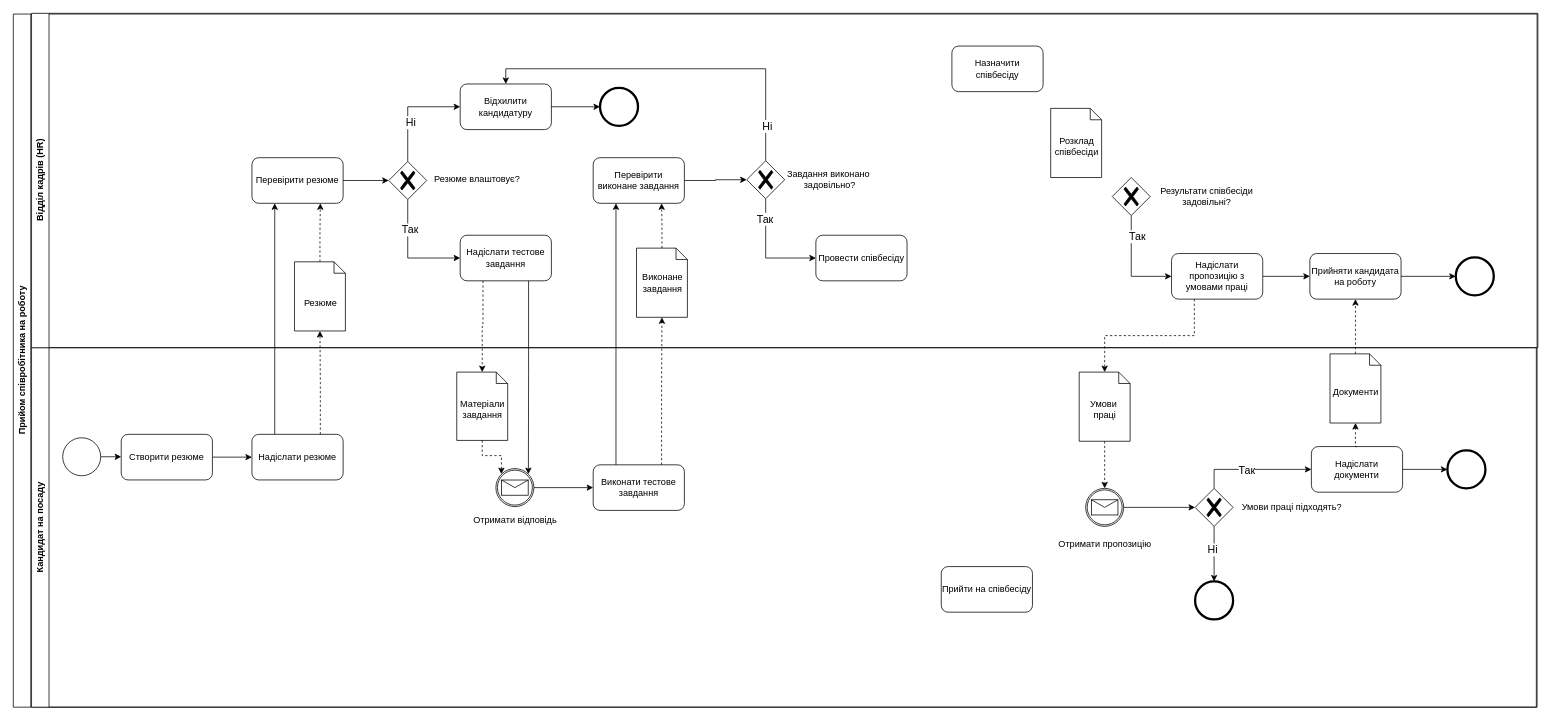
gR4tiG0/QAQC keeps this draw.io diagram as lab1/lab1_t6*.drawio. Above is the earlier version. Source tidied: cells renumbered, new cells numbered last; positions are measured from the earlier drawing's top-left corner, leaving out a move shared by most shapes. Both pictures are drawn from the tidied source at 76%, with x=0, y=0 at pixel (13, 13).
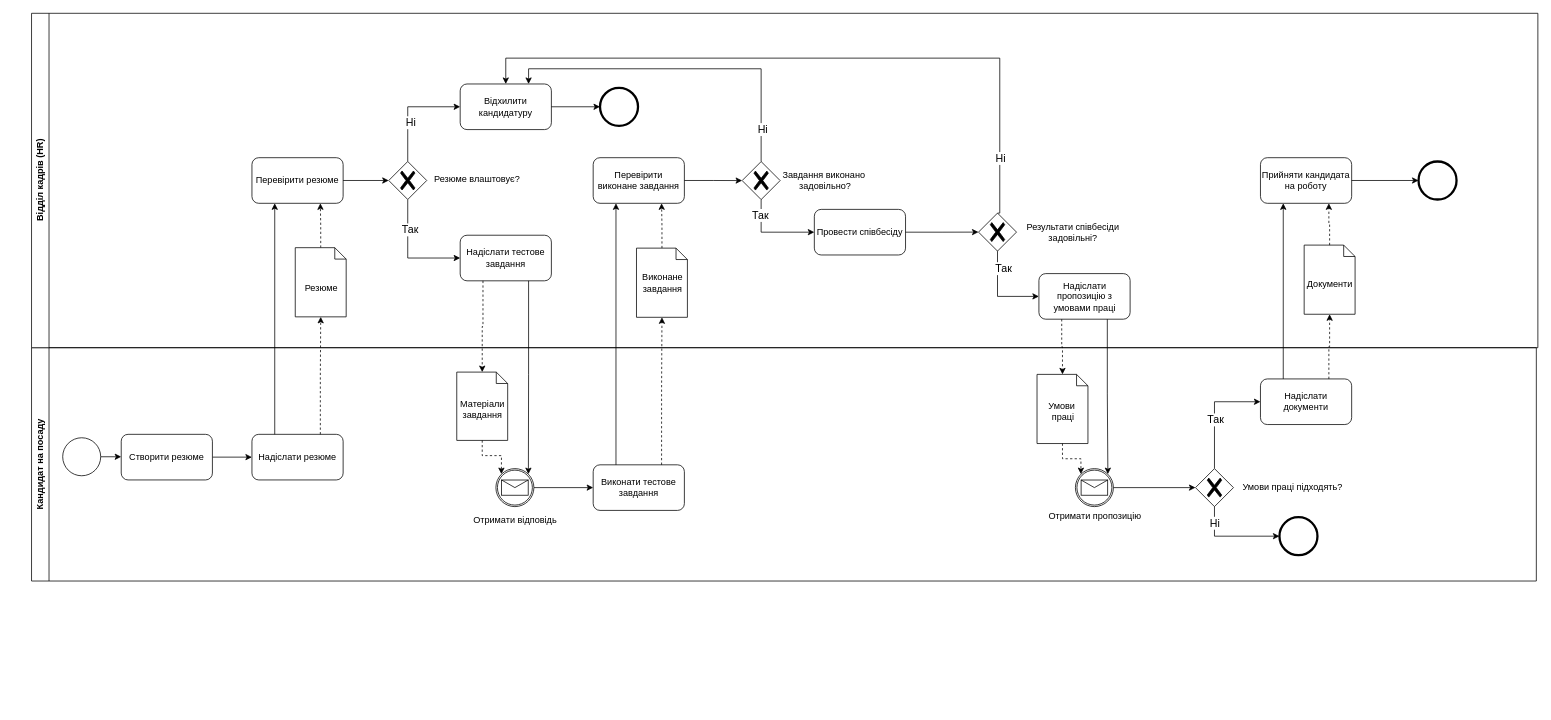
The same page after the edit.

Unchanged cells that the change refers to:
```xml
<mxCell id="13" style="points=[[0.145,0.145,0],[0.5,0,0],[0.855,0.145,0],[1,0.5,0],[0.855,0.855,0],[0.5,1,0],[0.145,0.855,0],[0,0.5,0]];shape=mxgraph.bpmn.event;html=1;verticalLabelPosition=bottom;labelBackgroundColor=#ffffff;verticalAlign=top;align=center;perimeter=ellipsePerimeter;outlineConnect=0;outline=catching;symbol=message;" parent="3" vertex="1">
  <mxGeometry x="611" y="159.1" width="50" height="50" as="geometry" />
</mxCell>
<mxCell id="25" style="shape=mxgraph.bpmn.data;labelPosition=center;verticalLabelPosition=bottom;align=center;verticalAlign=top;size=15;html=1;" parent="3" vertex="1">
  <mxGeometry x="559.5" y="32.1" width="67" height="89.9" as="geometry" />
</mxCell>
<mxCell id="36" value="Відділ кадрів (HR)" style="swimlane;horizontal=0;whiteSpace=wrap;html=1;" parent="1" vertex="1">
  <mxGeometry x="24" width="1982" height="440" as="geometry" />
</mxCell>
<mxCell id="43" value="Відхилити кандидатуру" style="rounded=1;whiteSpace=wrap;html=1;" parent="36" vertex="1">
  <mxGeometry x="564" y="93" width="120" height="60" as="geometry" />
</mxCell>
```

What changed in the source:
```diff
@@
-    <mxCell id="2" value="Прийом співробітника на роботу" style="swimlane;horizontal=0;whiteSpace=wrap;html=1;" parent="1" vertex="1">
-      <mxGeometry y="1" width="2005" height="912" as="geometry" />
-    </mxCell>
     <mxCell id="3" value="Кандидат на посаду" style="swimlane;horizontal=0;whiteSpace=wrap;html=1;" parent="1" vertex="1">
-      <mxGeometry x="24" y="440" width="1980" height="473" as="geometry" />
+      <mxGeometry x="24" y="440" width="1980" height="307" as="geometry" />
     </mxCell>
     <mxCell id="4" style="shape=mxgraph.bpmn.data;labelPosition=center;verticalLabelPosition=bottom;align=center;verticalAlign=top;size=15;html=1;" parent="3" vertex="1">
-      <mxGeometry x="1378.5" y="32.1" width="67" height="91" as="geometry" />
+      <mxGeometry x="1323" y="35.1" width="67" height="91" as="geometry" />
     </mxCell>
@@
-    <mxCell id="10" value="Прийти на співбесіду" style="rounded=1;whiteSpace=wrap;html=1;" parent="3" vertex="1">
-      <mxGeometry x="1197" y="288" width="120" height="60" as="geometry" />
-    </mxCell>
@@
     <mxCell id="14" style="points=[[0.145,0.145,0],[0.5,0,0],[0.855,0.145,0],[1,0.5,0],[0.855,0.855,0],[0.5,1,0],[0.145,0.855,0],[0,0.5,0]];shape=mxgraph.bpmn.event;html=1;verticalLabelPosition=bottom;labelBackgroundColor=#ffffff;verticalAlign=top;align=center;perimeter=ellipsePerimeter;outlineConnect=0;outline=catching;symbol=message;" parent="3" vertex="1">
-      <mxGeometry x="1387" y="185.1" width="50" height="50" as="geometry" />
+      <mxGeometry x="1373.5" y="159.1" width="50" height="50" as="geometry" />
     </mxCell>
@@
     <mxCell id="17" style="points=[[0.25,0.25,0],[0.5,0,0],[0.75,0.25,0],[1,0.5,0],[0.75,0.75,0],[0.5,1,0],[0.25,0.75,0],[0,0.5,0]];shape=mxgraph.bpmn.gateway2;html=1;verticalLabelPosition=bottom;labelBackgroundColor=#ffffff;verticalAlign=top;align=center;perimeter=rhombusPerimeter;outlineConnect=0;outline=none;symbol=none;gwType=exclusive;" parent="3" vertex="1">
-      <mxGeometry x="1531" y="185.1" width="50" height="50" as="geometry" />
+      <mxGeometry x="1531.5" y="159.1" width="50" height="50" as="geometry" />
     </mxCell>
@@
     <mxCell id="19" style="points=[[0.145,0.145,0],[0.5,0,0],[0.855,0.145,0],[1,0.5,0],[0.855,0.855,0],[0.5,1,0],[0.145,0.855,0],[0,0.5,0]];shape=mxgraph.bpmn.event;html=1;verticalLabelPosition=bottom;labelBackgroundColor=#ffffff;verticalAlign=top;align=center;perimeter=ellipsePerimeter;outlineConnect=0;outline=end;symbol=terminate2;" parent="3" vertex="1">
-      <mxGeometry x="1531" y="307.6" width="50" height="50" as="geometry" />
+      <mxGeometry x="1642" y="223" width="50" height="50" as="geometry" />
     </mxCell>
-    <mxCell id="20" style="edgeStyle=orthogonalEdgeStyle;rounded=0;jettySize=auto;html=1;exitX=0.5;exitY=1;exitDx=0;exitDy=0;exitPerimeter=0;entryX=0.5;entryY=0;entryDx=0;entryDy=0;entryPerimeter=0;" parent="3" edge="1" source="17" target="19">
+    <mxCell id="20" style="edgeStyle=orthogonalEdgeStyle;rounded=0;jettySize=auto;html=1;exitX=0.5;exitY=1;exitDx=0;exitDy=0;exitPerimeter=0;entryX=0;entryY=0.5;entryDx=0;entryDy=0;entryPerimeter=0;" parent="3" edge="1" source="17" target="19">
       <mxGeometry relative="1" as="geometry" />
     </mxCell>
     <mxCell id="21" value="&lt;font style=&quot;font-size: 14px;&quot;&gt;Ні&lt;/font&gt;" style="edgeLabel;html=1;align=center;verticalAlign=middle;" parent="20" vertex="1">
-      <mxGeometry x="-0.18" y="-3" relative="1" as="geometry" />
+      <mxGeometry x="-0.18" y="-3" relative="1" as="geometry">
+        <mxPoint x="-12" y="-21" as="offset" />
+      </mxGeometry>
     </mxCell>
     <mxCell id="22" value="Надіслати документи" style="rounded=1;whiteSpace=wrap;html=1;" parent="3" vertex="1">
-      <mxGeometry x="1684" y="130.1" width="120" height="60" as="geometry" />
+      <mxGeometry x="1617" y="41.1" width="120" height="60" as="geometry" />
     </mxCell>
-    <mxCell id="23" style="points=[[0.145,0.145,0],[0.5,0,0],[0.855,0.145,0],[1,0.5,0],[0.855,0.855,0],[0.5,1,0],[0.145,0.855,0],[0,0.5,0]];shape=mxgraph.bpmn.event;html=1;verticalLabelPosition=bottom;labelBackgroundColor=#ffffff;verticalAlign=top;align=center;perimeter=ellipsePerimeter;outlineConnect=0;outline=end;symbol=terminate2;" parent="3" vertex="1">
-      <mxGeometry x="1863" y="135.1" width="50" height="50" as="geometry" />
-    </mxCell>
-    <mxCell id="24" style="edgeStyle=orthogonalEdgeStyle;rounded=0;jettySize=auto;html=1;exitX=1;exitY=0.5;exitDx=0;exitDy=0;entryX=0;entryY=0.5;entryDx=0;entryDy=0;entryPerimeter=0;" parent="3" edge="1" source="22" target="23">
-      <mxGeometry relative="1" as="geometry" />
-    </mxCell>
@@
     <mxCell id="28" value="Отримати пропозицію" style="text;html=1;align=center;verticalAlign=middle;strokeColor=none;fillColor=none;" parent="3" vertex="1">
-      <mxGeometry x="1342" y="246.1" width="140" height="26" as="geometry" />
+      <mxGeometry x="1328.5" y="209.1" width="140" height="26" as="geometry" />
     </mxCell>
     <mxCell id="29" value="Умови праці підходять?" style="text;html=1;align=center;verticalAlign=middle;strokeColor=none;fillColor=none;" parent="3" vertex="1">
-      <mxGeometry x="1583" y="197.1" width="150" height="26" as="geometry" />
+      <mxGeometry x="1583.5" y="171.1" width="150" height="26" as="geometry" />
     </mxCell>
-    <mxCell id="30" style="shape=mxgraph.bpmn.data;labelPosition=center;verticalLabelPosition=bottom;align=center;verticalAlign=top;size=15;html=1;" parent="3" vertex="1">
-      <mxGeometry x="1708.5" y="8.1" width="67" height="91" as="geometry" />
-    </mxCell>
-    <mxCell id="31" value="Документи" style="text;html=1;align=center;verticalAlign=middle;strokeColor=none;fillColor=none;" parent="3" vertex="1">
-      <mxGeometry x="1703" y="46.1" width="78" height="26" as="geometry" />
-    </mxCell>
     <mxCell id="32" value="Умови&amp;nbsp;&lt;br&gt;праці" style="text;html=1;align=center;verticalAlign=middle;strokeColor=none;fillColor=none;" parent="3" vertex="1">
-      <mxGeometry x="1384" y="60.1" width="56" height="41" as="geometry" />
+      <mxGeometry x="1328.5" y="63.1" width="56" height="41" as="geometry" />
     </mxCell>
+    <mxCell id="35" style="edgeStyle=orthogonalEdgeStyle;rounded=0;jettySize=auto;html=1;exitX=0.5;exitY=1;exitDx=0;exitDy=0;exitPerimeter=0;entryX=0.145;entryY=0.145;entryDx=0;entryDy=0;entryPerimeter=0;dashed=1;" parent="3" edge="1" source="25" target="13">
+      <mxGeometry relative="1" as="geometry" />
+    </mxCell>
-    <mxCell id="33" style="edgeStyle=orthogonalEdgeStyle;rounded=0;jettySize=auto;html=1;exitX=0.5;exitY=1;exitDx=0;exitDy=0;exitPerimeter=0;entryX=0.5;entryY=0;entryDx=0;entryDy=0;entryPerimeter=0;dashed=1;" parent="3" edge="1" source="4" target="14">
+    <mxCell id="33" style="edgeStyle=orthogonalEdgeStyle;rounded=0;jettySize=auto;html=1;exitX=0.5;exitY=1;exitDx=0;exitDy=0;exitPerimeter=0;entryX=0.145;entryY=0.145;entryDx=0;entryDy=0;entryPerimeter=0;dashed=1;" parent="3" edge="1" source="4" target="14">
       <mxGeometry relative="1" as="geometry" />
     </mxCell>
-    <mxCell id="34" style="edgeStyle=orthogonalEdgeStyle;rounded=0;jettySize=auto;html=1;exitX=0.5;exitY=0;exitDx=0;exitDy=0;entryX=0.5;entryY=1;entryDx=0;entryDy=0;entryPerimeter=0;dashed=1;" parent="3" edge="1" source="22" target="30">
-      <mxGeometry relative="1" as="geometry" />
-    </mxCell>
-    <mxCell id="35" style="edgeStyle=orthogonalEdgeStyle;rounded=0;jettySize=auto;html=1;exitX=0.5;exitY=1;exitDx=0;exitDy=0;exitPerimeter=0;entryX=0.145;entryY=0.145;entryDx=0;entryDy=0;entryPerimeter=0;dashed=1;" parent="3" edge="1" source="25" target="13">
-      <mxGeometry relative="1" as="geometry" />
-    </mxCell>
@@
-    <mxCell id="44" value="Назначити співбесіду" style="rounded=1;whiteSpace=wrap;html=1;" parent="36" vertex="1">
-      <mxGeometry x="1211" y="43.1" width="120" height="60" as="geometry" />
-    </mxCell>
     <mxCell id="45" value="Провести співбесіду" style="rounded=1;whiteSpace=wrap;html=1;" parent="36" vertex="1">
-      <mxGeometry x="1032" y="292" width="120" height="60" as="geometry" />
+      <mxGeometry x="1030" y="258" width="120" height="60" as="geometry" />
     </mxCell>
@@
+    <mxCell id="84" style="edgeStyle=orthogonalEdgeStyle;rounded=0;jettySize=auto;html=1;exitX=0.5;exitY=0;exitDx=0;exitDy=0;exitPerimeter=0;entryX=0.5;entryY=0;entryDx=0;entryDy=0;" parent="36" edge="1" source="49" target="43">
+      <mxGeometry relative="1" as="geometry">
+        <Array as="points">
+          <mxPoint x="1274" y="59" />
+          <mxPoint x="624" y="59" />
+        </Array>
+      </mxGeometry>
+    </mxCell>
+    <mxCell id="85" value="&lt;font style=&quot;font-size: 14px;&quot;&gt;Ні&lt;/font&gt;" style="edgeLabel;html=1;align=center;verticalAlign=middle;" parent="84" vertex="1">
+      <mxGeometry x="-0.83" relative="1" as="geometry">
+        <mxPoint y="1" as="offset" />
+      </mxGeometry>
+    </mxCell>
     <mxCell id="49" style="points=[[0.25,0.25,0],[0.5,0,0],[0.75,0.25,0],[1,0.5,0],[0.75,0.75,0],[0.5,1,0],[0.25,0.75,0],[0,0.5,0]];shape=mxgraph.bpmn.gateway2;html=1;verticalLabelPosition=bottom;labelBackgroundColor=#ffffff;verticalAlign=top;align=center;perimeter=rhombusPerimeter;outlineConnect=0;outline=none;symbol=none;gwType=exclusive;" parent="36" vertex="1">
-      <mxGeometry x="1422" y="216.1" width="50" height="50" as="geometry" />
+      <mxGeometry x="1246" y="262.9" width="50" height="50" as="geometry" />
     </mxCell>
-    <mxCell id="50" style="edgeStyle=orthogonalEdgeStyle;rounded=0;jettySize=auto;html=1;exitX=1;exitY=0.5;exitDx=0;exitDy=0;entryX=0;entryY=0.5;entryDx=0;entryDy=0;" parent="36" edge="1" source="51" target="53">
-      <mxGeometry relative="1" as="geometry" />
-    </mxCell>
     <mxCell id="51" value="Надіслати пропозицію з умовами праці" style="rounded=1;whiteSpace=wrap;html=1;" parent="36" vertex="1">
-      <mxGeometry x="1500" y="316.1" width="120" height="60" as="geometry" />
+      <mxGeometry x="1325.5" y="342.5" width="120" height="60" as="geometry" />
     </mxCell>
-    <mxCell id="52" style="edgeStyle=orthogonalEdgeStyle;rounded=0;jettySize=auto;html=1;exitX=1;exitY=0.5;exitDx=0;exitDy=0;entryX=0;entryY=0.5;entryDx=0;entryDy=0;entryPerimeter=0;" parent="36" edge="1" source="53" target="56">
-      <mxGeometry relative="1" as="geometry" />
-    </mxCell>
-    <mxCell id="53" value="Прийняти кандидата на роботу" style="rounded=1;whiteSpace=wrap;html=1;" parent="36" vertex="1">
-      <mxGeometry x="1682" y="316.1" width="120" height="60" as="geometry" />
-    </mxCell>
@@
     <mxCell id="55" value="Результати співбесіди&lt;br&gt;задовільні?" style="text;html=1;align=center;verticalAlign=middle;strokeColor=none;fillColor=none;" parent="36" vertex="1">
-      <mxGeometry x="1476" y="220.6" width="140" height="41" as="geometry" />
+      <mxGeometry x="1300" y="267.4" width="140" height="41" as="geometry" />
     </mxCell>
     <mxCell id="56" style="points=[[0.145,0.145,0],[0.5,0,0],[0.855,0.145,0],[1,0.5,0],[0.855,0.855,0],[0.5,1,0],[0.145,0.855,0],[0,0.5,0]];shape=mxgraph.bpmn.event;html=1;verticalLabelPosition=bottom;labelBackgroundColor=#ffffff;verticalAlign=top;align=center;perimeter=ellipsePerimeter;outlineConnect=0;outline=end;symbol=terminate2;" parent="36" vertex="1">
-      <mxGeometry x="1874" y="321.1" width="50" height="50" as="geometry" />
+      <mxGeometry x="1825" y="195" width="50" height="50" as="geometry" />
     </mxCell>
@@
     <mxCell id="58" style="shape=mxgraph.bpmn.data;labelPosition=center;verticalLabelPosition=bottom;align=center;verticalAlign=top;size=15;html=1;" parent="36" vertex="1">
-      <mxGeometry x="346" y="327" width="67" height="91" as="geometry" />
+      <mxGeometry x="347" y="308.4" width="67" height="91" as="geometry" />
     </mxCell>
     <mxCell id="59" value="Резюме" style="text;html=1;align=center;verticalAlign=middle;strokeColor=none;fillColor=none;" parent="36" vertex="1">
-      <mxGeometry x="349" y="367.5" width="61" height="26" as="geometry" />
+      <mxGeometry x="350" y="348.9" width="61" height="26" as="geometry" />
     </mxCell>
@@
-    <mxCell id="63" style="shape=mxgraph.bpmn.data;labelPosition=center;verticalLabelPosition=bottom;align=center;verticalAlign=top;size=15;html=1;" parent="36" vertex="1">
-      <mxGeometry x="1341" y="125.1" width="67" height="91" as="geometry" />
-    </mxCell>
-    <mxCell id="64" value="Розклад&lt;br&gt;співбесіди" style="text;html=1;align=center;verticalAlign=middle;strokeColor=none;fillColor=none;" parent="36" vertex="1">
-      <mxGeometry x="1337" y="154.1" width="75" height="41" as="geometry" />
-    </mxCell>
@@
-    <mxCell id="69" style="edgeStyle=orthogonalEdgeStyle;rounded=0;jettySize=auto;html=1;exitX=0.5;exitY=0;exitDx=0;exitDy=0;exitPerimeter=0;entryX=0.5;entryY=0;entryDx=0;entryDy=0;" parent="36" edge="1" source="73" target="43">
+    <mxCell id="69" style="edgeStyle=orthogonalEdgeStyle;rounded=0;jettySize=auto;html=1;exitX=0.5;exitY=0;exitDx=0;exitDy=0;exitPerimeter=0;entryX=0.75;entryY=0;entryDx=0;entryDy=0;" parent="36" edge="1" source="73" target="43">
       <mxGeometry relative="1" as="geometry" />
     </mxCell>
@@
     <mxCell id="73" style="points=[[0.25,0.25,0],[0.5,0,0],[0.75,0.25,0],[1,0.5,0],[0.75,0.75,0],[0.5,1,0],[0.25,0.75,0],[0,0.5,0]];shape=mxgraph.bpmn.gateway2;html=1;verticalLabelPosition=bottom;labelBackgroundColor=#ffffff;verticalAlign=top;align=center;perimeter=rhombusPerimeter;outlineConnect=0;outline=none;symbol=none;gwType=exclusive;" parent="36" vertex="1">
-      <mxGeometry x="941" y="194" width="50" height="50" as="geometry" />
+      <mxGeometry x="935" y="195.1" width="50" height="50" as="geometry" />
     </mxCell>
@@
     <mxCell id="75" value="Завдання виконано&amp;nbsp;&lt;br&gt;задовільно?" style="text;html=1;align=center;verticalAlign=middle;strokeColor=none;fillColor=none;" parent="36" vertex="1">
-      <mxGeometry x="985" y="198.5" width="130" height="41" as="geometry" />
+      <mxGeometry x="979" y="199.6" width="130" height="41" as="geometry" />
     </mxCell>
-    <mxCell id="76" style="edgeStyle=orthogonalEdgeStyle;rounded=0;jettySize=auto;html=1;exitX=0.25;exitY=1;exitDx=0;exitDy=0;entryX=0.5;entryY=0;entryDx=0;entryDy=0;entryPerimeter=0;dashed=1;" parent="1" edge="1" source="51" target="4">
-      <mxGeometry relative="1" as="geometry" />
-    </mxCell>
+    <mxCell id="86" style="edgeStyle=orthogonalEdgeStyle;rounded=0;jettySize=auto;html=1;exitX=1;exitY=0.5;exitDx=0;exitDy=0;entryX=0;entryY=0.5;entryDx=0;entryDy=0;entryPerimeter=0;" parent="36" edge="1" source="45" target="49">
+      <mxGeometry relative="1" as="geometry" />
+    </mxCell>
+    <mxCell id="30" style="shape=mxgraph.bpmn.data;labelPosition=center;verticalLabelPosition=bottom;align=center;verticalAlign=top;size=15;html=1;" parent="36" vertex="1">
+      <mxGeometry x="1674.5" y="305" width="67" height="91" as="geometry" />
+    </mxCell>
+    <mxCell id="31" value="Документи" style="text;html=1;align=center;verticalAlign=middle;strokeColor=none;fillColor=none;" parent="36" vertex="1">
+      <mxGeometry x="1669" y="343" width="78" height="26" as="geometry" />
+    </mxCell>
+    <mxCell id="53" value="Прийняти кандидата на роботу" style="rounded=1;whiteSpace=wrap;html=1;" parent="36" vertex="1">
+      <mxGeometry x="1617" y="190" width="120" height="60" as="geometry" />
+    </mxCell>
-    <mxCell id="77" style="edgeStyle=orthogonalEdgeStyle;rounded=0;jettySize=auto;html=1;exitX=0.5;exitY=0;exitDx=0;exitDy=0;exitPerimeter=0;dashed=1;" parent="1" edge="1" source="30" target="53">
+    <mxCell id="77" style="edgeStyle=orthogonalEdgeStyle;rounded=0;jettySize=auto;html=1;exitX=0.5;exitY=0;exitDx=0;exitDy=0;exitPerimeter=0;entryX=0.75;entryY=1;entryDx=0;entryDy=0;dashed=1;" parent="36" edge="1" source="30" target="53">
       <mxGeometry relative="1" as="geometry" />
     </mxCell>
+    <mxCell id="52" style="edgeStyle=orthogonalEdgeStyle;rounded=0;jettySize=auto;html=1;exitX=1;exitY=0.5;exitDx=0;exitDy=0;entryX=0;entryY=0.5;entryDx=0;entryDy=0;entryPerimeter=0;" parent="36" edge="1" source="53" target="56">
+      <mxGeometry relative="1" as="geometry" />
+    </mxCell>
@@
+    <mxCell id="87" style="edgeStyle=orthogonalEdgeStyle;rounded=0;jettySize=auto;html=1;exitX=0.75;exitY=1;exitDx=0;exitDy=0;entryX=0.855;entryY=0.145;entryDx=0;entryDy=0;entryPerimeter=0;" parent="1" edge="1" source="51" target="14">
+      <mxGeometry relative="1" as="geometry" />
+    </mxCell>
+    <mxCell id="76" style="edgeStyle=orthogonalEdgeStyle;rounded=0;jettySize=auto;html=1;exitX=0.25;exitY=1;exitDx=0;exitDy=0;dashed=1;" parent="1" edge="1" source="51" target="4">
+      <mxGeometry relative="1" as="geometry" />
+    </mxCell>
+    <mxCell id="34" style="edgeStyle=orthogonalEdgeStyle;rounded=0;jettySize=auto;html=1;exitX=0.75;exitY=0;exitDx=0;exitDy=0;entryX=0.5;entryY=1;entryDx=0;entryDy=0;entryPerimeter=0;dashed=1;" parent="1" edge="1" source="22" target="30">
+      <mxGeometry relative="1" as="geometry" />
+    </mxCell>
+    <mxCell id="88" style="edgeStyle=orthogonalEdgeStyle;rounded=0;jettySize=auto;html=1;exitX=0.25;exitY=0;exitDx=0;exitDy=0;entryX=0.25;entryY=1;entryDx=0;entryDy=0;" parent="1" edge="1" source="22" target="53">
+      <mxGeometry relative="1" as="geometry" />
+    </mxCell>
```
